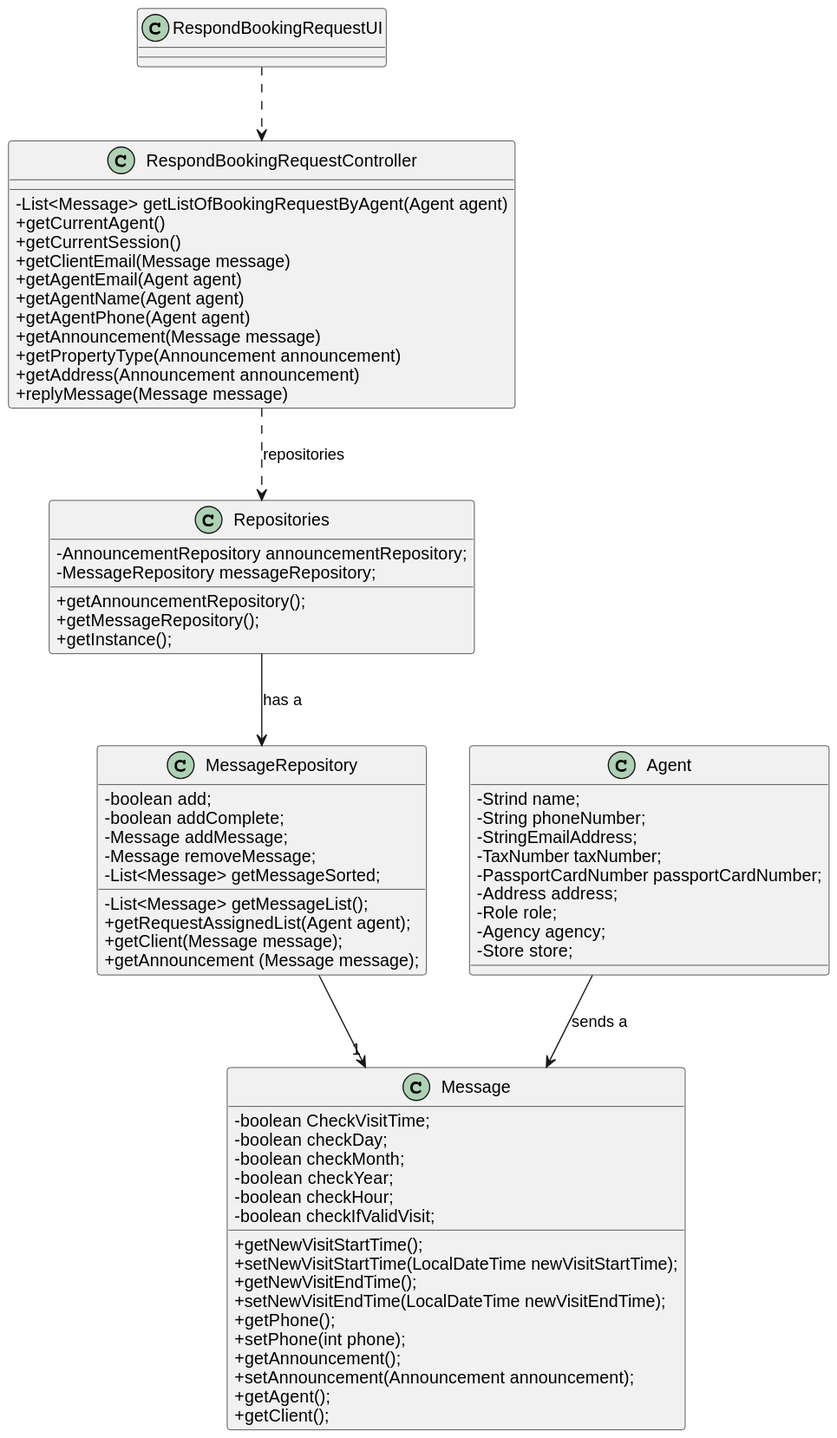
1220812/LAPR2 keeps this PlantUML diagram as docs/sprintD/us016/03.design/svg/us016-class-diagram.svg. Above is the earlier version. Its diagram source:
```plantuml
@startuml
skinparam packageStyle rectangle
skinparam shadowing false
skinparam linetype polyline

skinparam classAttributeIconSize 0


class RespondBookingRequestUI{
}

class RespondBookingRequestController{
-List<Message> getListOfBookingRequestByAgent(Agent agent)
+getCurrentAgent()
+getCurrentSession()
+getClientEmail(Message message)
+getAgentEmail(Agent agent)
+getAgentName(Agent agent)
+getAgentPhone(Agent agent)
+getAnnouncement(Message message)
+getPropertyType(Announcement announcement)
+getAddress(Announcement announcement)
+replyMessage(Message message)
}


class Repositories{
-AnnouncementRepository announcementRepository;
-MessageRepository messageRepository;
+getAnnouncementRepository();
+getMessageRepository();
+getInstance();
}

class Message{
-boolean CheckVisitTime;
-boolean checkDay;
-boolean checkMonth;
-boolean checkYear;
-boolean checkHour;
-boolean checkIfValidVisit;
+getNewVisitStartTime();
+setNewVisitStartTime(LocalDateTime newVisitStartTime);
+getNewVisitEndTime();
+setNewVisitEndTime(LocalDateTime newVisitEndTime);
+getPhone();
+setPhone(int phone);
+getAnnouncement();
+setAnnouncement(Announcement announcement);
+getAgent();
+getClient();
}


class MessageRepository{
-boolean add;
-boolean addComplete;
-List<Message> getMessageList();
-Message addMessage;
-Message removeMessage;
-List<Message> getMessageSorted;
+getRequestAssignedList(Agent agent);
+getClient(Message message);
+getAnnouncement (Message message);
}

class Agent {
-Strind name;
-String phoneNumber;
-StringEmailAddress;
-TaxNumber taxNumber;
-PassportCardNumber passportCardNumber;
-Address address;
-Role role;
-Agency agency;
-Store store;
}



RespondBookingRequestUI ..> RespondBookingRequestController
RespondBookingRequestController ..> Repositories : repositories
Repositories --> MessageRepository : has a

Agent --> Message: sends a
MessageRepository --> "1" Message
@enduml
```
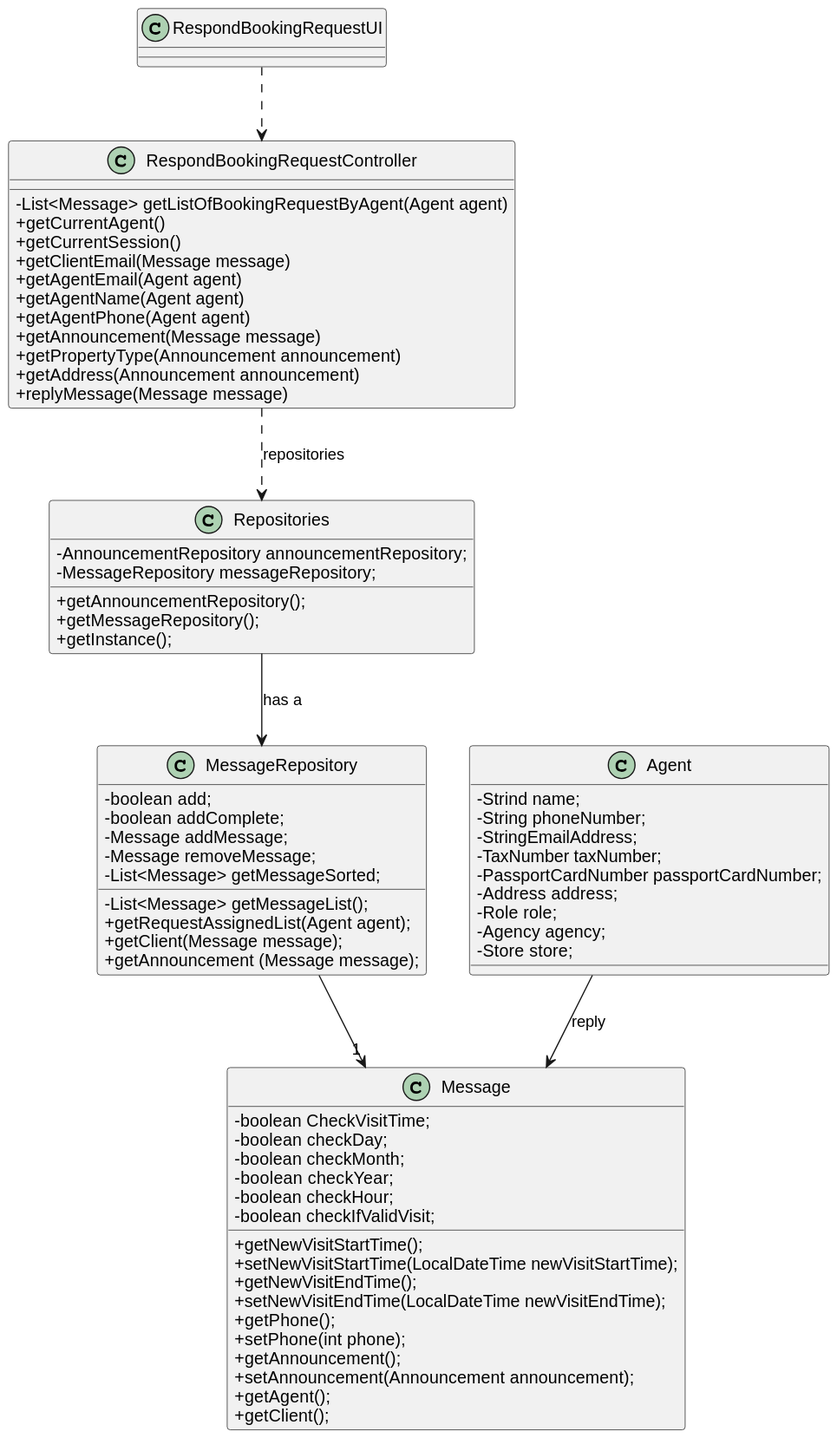
Above is the later version.

What changed in the source:
```diff
@@ -82,6 +82,6 @@
 RespondBookingRequestController ..> Repositories : repositories
 Repositories --> MessageRepository : has a
 
-Agent --> Message: sends a
+Agent --> Message: reply
 MessageRepository --> "1" Message
 @enduml
```
